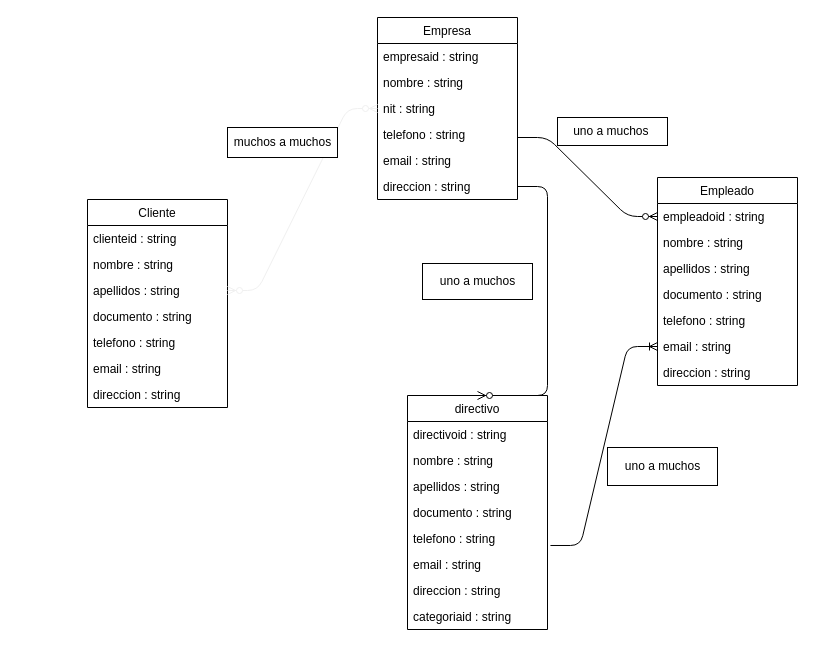
The draw.io diagram entidades.drawio in lcastano1580/G50-Developer-Proyecto, before the edit. Source tidied: cells renumbered, new cells numbered last; positions are measured from the earlier drawing's top-left corner, leaving out a move shared by most shapes. Both pictures are drawn from the tidied source at 100%, with x=0, y=0 at pixel (87, 17).
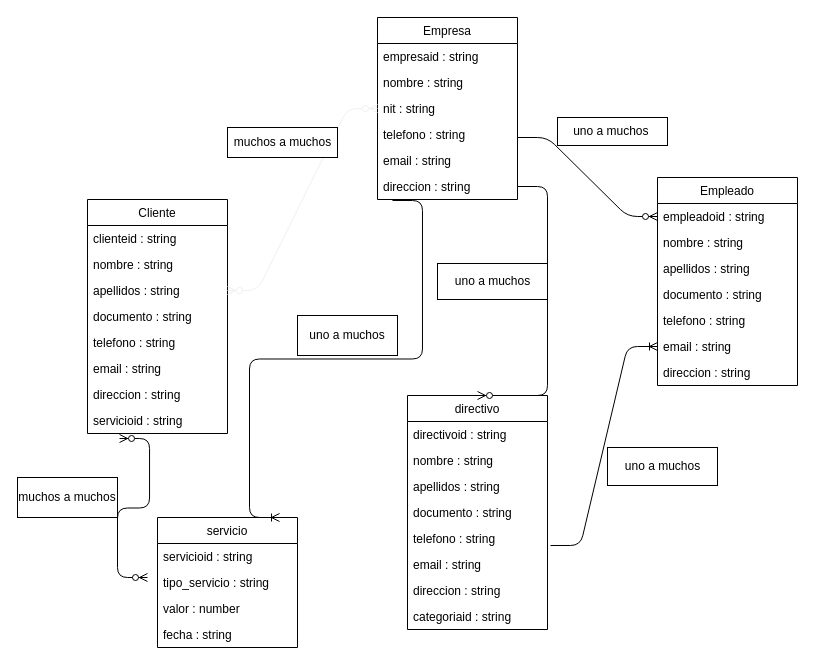
Above is the later version.

The change refers to these unchanged cells:
```xml
<mxCell id="24" value="direccion : string" style="text;strokeColor=none;fillColor=none;align=left;verticalAlign=top;spacingLeft=4;spacingRight=4;overflow=hidden;points=[[0,0.5],[1,0.5]];portConstraint=eastwest;" parent="18" vertex="1">
  <mxGeometry y="156" width="140" height="26" as="geometry" />
</mxCell>
```

What changed in the source:
```diff
@@
     <mxCell id="2" value="Cliente" style="swimlane;fontStyle=0;horizontal=1;startSize=26;fillColor=none;" parent="1" vertex="1">
-      <mxGeometry y="182" width="140" height="208" as="geometry" />
+      <mxGeometry y="182" width="140" height="234" as="geometry" />
     </mxCell>
@@
+    <mxCell id="42" value="servicioid : string" style="text;strokeColor=none;fillColor=none;align=left;verticalAlign=top;spacingLeft=4;spacingRight=4;overflow=hidden;points=[[0,0.5],[1,0.5]];portConstraint=eastwest;" parent="2" vertex="1">
+      <mxGeometry y="208" width="140" height="26" as="geometry" />
+    </mxCell>
@@
     <mxCell id="36" value="uno a muchos" style="html=1;" parent="1" vertex="1">
-      <mxGeometry x="335" y="246" width="110" height="36" as="geometry" />
+      <mxGeometry x="350" y="246" width="110" height="36" as="geometry" />
     </mxCell>
@@
+    <mxCell id="43" value="servicio" style="swimlane;fontStyle=0;horizontal=1;startSize=26;fillColor=none;" parent="1" vertex="1">
+      <mxGeometry x="70" y="500" width="140" height="130" as="geometry" />
+    </mxCell>
+    <mxCell id="44" value="servicioid : string" style="text;strokeColor=none;fillColor=none;align=left;verticalAlign=top;spacingLeft=4;spacingRight=4;overflow=hidden;" parent="43" vertex="1">
+      <mxGeometry y="26" width="140" height="26" as="geometry" />
+    </mxCell>
+    <mxCell id="45" value="tipo_servicio : string" style="text;strokeColor=none;fillColor=none;align=left;verticalAlign=top;spacingLeft=4;spacingRight=4;overflow=hidden;" parent="43" vertex="1">
+      <mxGeometry y="52" width="140" height="26" as="geometry" />
+    </mxCell>
+    <mxCell id="46" value="valor : number" style="text;strokeColor=none;fillColor=none;align=left;verticalAlign=top;spacingLeft=4;spacingRight=4;overflow=hidden;" parent="43" vertex="1">
+      <mxGeometry y="78" width="140" height="26" as="geometry" />
+    </mxCell>
+    <mxCell id="47" value="fecha : string" style="text;strokeColor=none;fillColor=none;align=left;verticalAlign=top;spacingLeft=4;spacingRight=4;overflow=hidden;" parent="43" vertex="1">
+      <mxGeometry y="104" width="140" height="26" as="geometry" />
+    </mxCell>
+    <mxCell id="48" style="edgeStyle=entityRelationEdgeStyle;fontSize=12;html=1;endArrow=ERoneToMany;exitX=0.107;exitY=1.038;exitDx=0;exitDy=0;exitPerimeter=0;" parent="1" edge="1" source="24">
+      <mxGeometry relative="1" as="geometry">
+        <mxPoint x="192" y="500" as="targetPoint" />
+      </mxGeometry>
+    </mxCell>
+    <mxCell id="49" style="edgeStyle=entityRelationEdgeStyle;fontSize=12;html=1;endArrow=ERzeroToMany;endFill=1;startArrow=ERzeroToMany;exitX=0.229;exitY=1.192;exitDx=0;exitDy=0;exitPerimeter=0;" parent="1" edge="1" source="42">
+      <mxGeometry relative="1" as="geometry">
+        <mxPoint x="60" y="560" as="targetPoint" />
+      </mxGeometry>
+    </mxCell>
+    <mxCell id="50" value="uno a muchos" style="whiteSpace=wrap;html=1;align=center;" parent="1" vertex="1">
+      <mxGeometry x="210" y="298" width="100" height="40" as="geometry" />
+    </mxCell>
+    <mxCell id="51" value="muchos a muchos" style="whiteSpace=wrap;html=1;align=center;" parent="1" vertex="1">
+      <mxGeometry x="-70" y="460" width="100" height="40" as="geometry" />
+    </mxCell>
```
